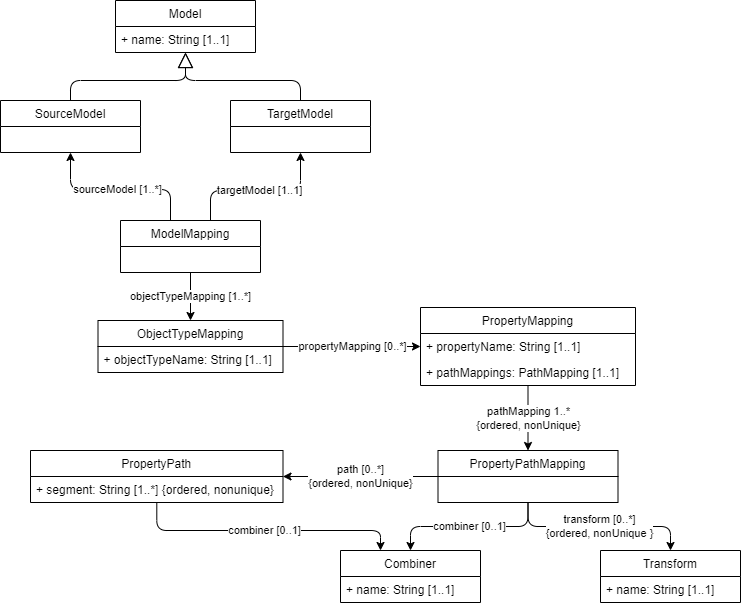
Before: media/imx-mapping-model.drawio.png, a diagram exported from draw.io (Geonovum/IMX-ModelMapping). Source tidied: cells renumbered, new cells last; positions are measured from the earlier drawing's top-left corner, leaving out a move shared by most shapes.
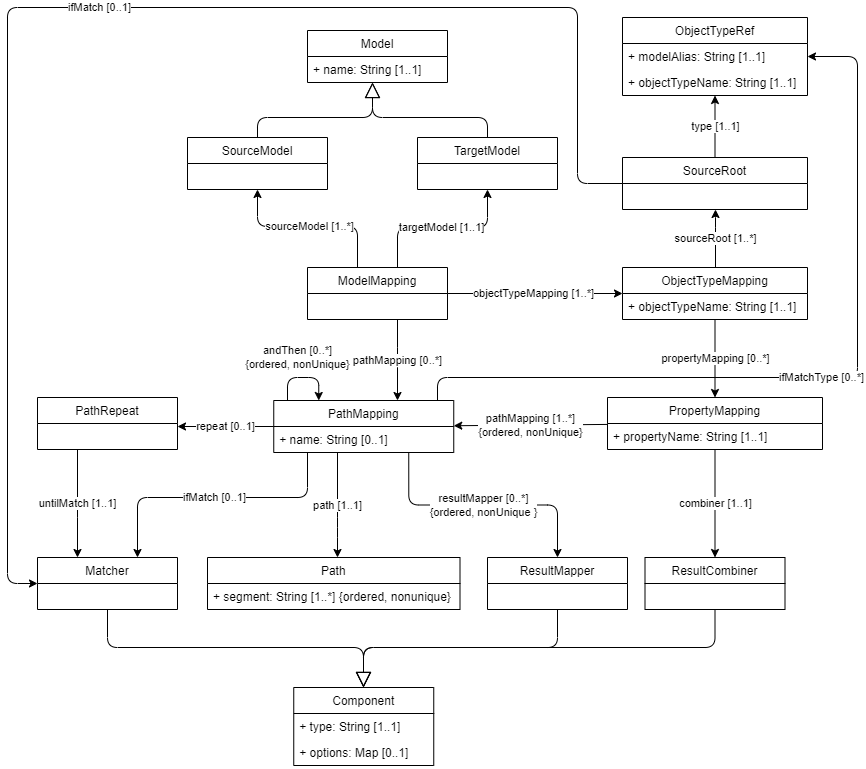
After the change.

Commit message:
update mapping descriptions to latest developments

The edit, as a diff of the source:
```diff
@@ -8,21 +8,21 @@
     <mxCell id="3" value="sourceModel [1..*]" style="edgeStyle=orthogonalEdgeStyle;html=1;" parent="1" edge="1" source="5" target="25">
       <mxGeometry relative="1" as="geometry">
         <Array as="points">
-          <mxPoint x="170" y="189" />
-          <mxPoint x="70" y="189" />
+          <mxPoint x="170" y="219" />
+          <mxPoint x="70" y="219" />
         </Array>
       </mxGeometry>
     </mxCell>
     <mxCell id="4" value="targetModel [1..1]" style="edgeStyle=orthogonalEdgeStyle;html=1;" parent="1" edge="1" source="5" target="23">
       <mxGeometry relative="1" as="geometry">
         <Array as="points">
-          <mxPoint x="210" y="190" />
-          <mxPoint x="300" y="190" />
+          <mxPoint x="210" y="220" />
+          <mxPoint x="300" y="220" />
         </Array>
       </mxGeometry>
     </mxCell>
     <mxCell id="5" value="ModelMapping" style="swimlane;fontStyle=0;horizontal=1;startSize=26;fillColor=none;" parent="1" vertex="1">
-      <mxGeometry x="120" y="220" width="140" height="52" as="geometry" />
+      <mxGeometry x="120" y="260" width="140" height="52" as="geometry" />
     </mxCell>
     <mxCell id="6" value=" " style="text;strokeColor=none;fillColor=none;align=left;verticalAlign=top;spacingLeft=4;spacingRight=4;overflow=hidden;points=[[0,0.5],[1,0.5]];portConstraint=eastwest;" parent="5" vertex="1">
       <mxGeometry y="26" width="140" height="26" as="geometry" />
@@ -31,88 +31,207 @@
       <mxGeometry relative="1" as="geometry" />
     </mxCell>
     <mxCell id="8" value="ObjectTypeMapping" style="swimlane;fontStyle=0;horizontal=1;startSize=26;fillColor=none;" parent="1" vertex="1">
-      <mxGeometry x="97.5" y="320" width="185" height="52" as="geometry" />
+      <mxGeometry x="435" y="260" width="185" height="52" as="geometry" />
     </mxCell>
     <mxCell id="9" value="+ objectTypeName: String [1..1]" style="text;strokeColor=none;fillColor=none;align=left;verticalAlign=top;spacingLeft=4;spacingRight=4;overflow=hidden;" parent="8" vertex="1">
       <mxGeometry y="26" width="185" height="26" as="geometry" />
     </mxCell>
-    <mxCell id="10" value="pathMapping 1..*&lt;br&gt;{ordered, nonUnique}" style="edgeStyle=none;html=1;" parent="1" edge="1" source="11" target="17">
+    <mxCell id="10" value="pathMapping [1..*]&lt;br&gt;{ordered, nonUnique}" style="edgeStyle=none;html=1;" parent="1" edge="1" source="11" target="17">
       <mxGeometry relative="1" as="geometry" />
     </mxCell>
     <mxCell id="11" value="PropertyMapping" style="swimlane;fontStyle=0;horizontal=1;startSize=26;fillColor=none;" parent="1" vertex="1">
-      <mxGeometry x="420" y="307" width="215" height="78" as="geometry" />
+      <mxGeometry x="420" y="390" width="215" height="52" as="geometry" />
     </mxCell>
     <mxCell id="12" value="+ propertyName: String [1..1]" style="text;strokeColor=none;fillColor=none;align=left;verticalAlign=top;spacingLeft=4;spacingRight=4;overflow=hidden;" parent="11" vertex="1">
       <mxGeometry y="26" width="215" height="26" as="geometry" />
     </mxCell>
-    <mxCell id="13" value="+ pathMappings: PathMapping [1..1]" style="text;strokeColor=none;fillColor=none;align=left;verticalAlign=top;spacingLeft=4;spacingRight=4;overflow=hidden;" parent="11" vertex="1">
-      <mxGeometry y="52" width="215" height="26" as="geometry" />
-    </mxCell>
-    <mxCell id="14" value="combiner [0..1]" style="edgeStyle=orthogonalEdgeStyle;html=1;" parent="1" edge="1" source="17" target="18">
+    <mxCell id="14" value="combiner [1..1]" style="edgeStyle=orthogonalEdgeStyle;html=1;" parent="1" edge="1" source="11" target="18">
       <mxGeometry relative="1" as="geometry" />
     </mxCell>
-    <mxCell id="15" value="transform [0..*]&lt;br&gt;{ordered, nonUnique }" style="edgeStyle=orthogonalEdgeStyle;html=1;" parent="1" edge="1" source="17" target="20">
+    <mxCell id="15" value="resultMapper [0..*]&lt;br&gt;{ordered, nonUnique }" style="edgeStyle=orthogonalEdgeStyle;html=1;exitX=0.75;exitY=1;exitDx=0;exitDy=0;" parent="1" edge="1" source="17" target="20">
       <mxGeometry relative="1" as="geometry" />
     </mxCell>
-    <mxCell id="16" value="path [0..*]&lt;br&gt;{ordered, nonUnique}" style="edgeStyle=orthogonalEdgeStyle;html=1;endArrow=classic;endFill=1;endSize=6;" parent="1" edge="1" source="17" target="29">
-      <mxGeometry relative="1" as="geometry" />
+    <mxCell id="16" value="path [1..1]" style="edgeStyle=orthogonalEdgeStyle;html=1;endArrow=classic;endFill=1;endSize=6;" parent="1" edge="1" source="17" target="29">
+      <mxGeometry relative="1" as="geometry">
+        <Array as="points">
+          <mxPoint x="150" y="520" />
+          <mxPoint x="150" y="520" />
+        </Array>
+      </mxGeometry>
     </mxCell>
+    <mxCell id="31" value="ifMatch [0..1]" style="edgeStyle=orthogonalEdgeStyle;html=1;" parent="1" edge="1" source="17" target="38">
+      <mxGeometry relative="1" as="geometry">
+        <Array as="points">
+          <mxPoint x="120" y="490" />
+          <mxPoint x="-50" y="490" />
+        </Array>
+      </mxGeometry>
+    </mxCell>
+    <mxCell id="32" value="repeat [0..1]" style="edgeStyle=orthogonalEdgeStyle;html=1;" parent="1" edge="1" source="17" target="40">
+      <mxGeometry relative="1" as="geometry">
+        <Array as="points">
+          <mxPoint x="-50" y="410" />
+        </Array>
+      </mxGeometry>
+    </mxCell>
+    <mxCell id="33" value="ifMatchType [0..*]" style="edgeStyle=orthogonalEdgeStyle;html=1;endArrow=classic;endFill=1;endSize=6;" parent="1" edge="1" source="17" target="44">
+      <mxGeometry relative="1" as="geometry">
+        <Array as="points">
+          <mxPoint x="250" y="370" />
+          <mxPoint x="670" y="370" />
+          <mxPoint x="670" y="49" />
+        </Array>
+      </mxGeometry>
+    </mxCell>
-    <mxCell id="17" value="PropertyPathMapping" style="swimlane;fontStyle=0;horizontal=1;startSize=26;fillColor=none;" parent="1" vertex="1">
-      <mxGeometry x="437.5" y="450" width="180" height="52" as="geometry" />
+    <mxCell id="17" value="PathMapping" style="swimlane;fontStyle=0;horizontal=1;startSize=26;fillColor=none;" parent="1" vertex="1">
+      <mxGeometry x="86.2" y="393" width="180" height="52" as="geometry" />
     </mxCell>
+    <mxCell id="34" value="+ name: String [0..1]" style="text;strokeColor=none;fillColor=none;align=left;verticalAlign=top;spacingLeft=4;spacingRight=4;overflow=hidden;" parent="17" vertex="1">
+      <mxGeometry y="26" width="180" height="26" as="geometry" />
+    </mxCell>
+    <mxCell id="35" style="edgeStyle=orthogonalEdgeStyle;html=1;endArrow=block;endFill=0;endSize=13;" parent="1" edge="1" source="18" target="48">
+      <mxGeometry relative="1" as="geometry">
+        <Array as="points">
+          <mxPoint x="528" y="640" />
+          <mxPoint x="176" y="640" />
+        </Array>
+      </mxGeometry>
+    </mxCell>
-    <mxCell id="18" value="Combiner" style="swimlane;fontStyle=0;horizontal=1;startSize=26;fillColor=none;" parent="1" vertex="1">
-      <mxGeometry x="340" y="550" width="140" height="52" as="geometry" />
+    <mxCell id="18" value="ResultCombiner" style="swimlane;fontStyle=0;horizontal=1;startSize=26;fillColor=none;" parent="1" vertex="1">
+      <mxGeometry x="457.5" y="550" width="140" height="52" as="geometry" />
     </mxCell>
-    <mxCell id="19" value="+ name: String [1..1]" style="text;strokeColor=none;fillColor=none;align=left;verticalAlign=top;spacingLeft=4;spacingRight=4;overflow=hidden;" parent="18" vertex="1">
-      <mxGeometry y="26" width="140" height="26" as="geometry" />
-    </mxCell>
+    <mxCell id="36" style="edgeStyle=orthogonalEdgeStyle;html=1;endArrow=block;endFill=0;endSize=13;" parent="1" edge="1" source="20" target="48">
+      <mxGeometry relative="1" as="geometry">
+        <Array as="points">
+          <mxPoint x="370" y="640" />
+          <mxPoint x="176" y="640" />
+        </Array>
+      </mxGeometry>
+    </mxCell>
-    <mxCell id="20" value="Transform" style="swimlane;fontStyle=0;horizontal=1;startSize=26;fillColor=none;" parent="1" vertex="1">
-      <mxGeometry x="600" y="550" width="140" height="52" as="geometry" />
+    <mxCell id="20" value="ResultMapper" style="swimlane;fontStyle=0;horizontal=1;startSize=26;fillColor=none;" parent="1" vertex="1">
+      <mxGeometry x="300" y="550" width="140" height="52" as="geometry" />
     </mxCell>
-    <mxCell id="21" value="+ name: String [1..1]" style="text;strokeColor=none;fillColor=none;align=left;verticalAlign=top;spacingLeft=4;spacingRight=4;overflow=hidden;" parent="20" vertex="1">
-      <mxGeometry y="26" width="140" height="26" as="geometry" />
-    </mxCell>
     <mxCell id="22" style="edgeStyle=orthogonalEdgeStyle;html=1;endArrow=block;endFill=0;endSize=13;" parent="1" edge="1" source="23" target="26">
       <mxGeometry relative="1" as="geometry">
         <Array as="points">
-          <mxPoint x="300" y="80" />
-          <mxPoint x="185" y="80" />
+          <mxPoint x="300" y="110" />
+          <mxPoint x="185" y="110" />
         </Array>
       </mxGeometry>
     </mxCell>
     <mxCell id="23" value="TargetModel" style="swimlane;fontStyle=0;horizontal=1;startSize=26;fillColor=none;" parent="1" vertex="1">
-      <mxGeometry x="230" y="100" width="140" height="52" as="geometry" />
+      <mxGeometry x="230" y="130" width="140" height="52" as="geometry" />
     </mxCell>
     <mxCell id="24" style="edgeStyle=orthogonalEdgeStyle;html=1;endArrow=block;endFill=0;endSize=13;" parent="1" edge="1" source="25" target="26">
       <mxGeometry relative="1" as="geometry">
         <Array as="points">
-          <mxPoint x="70" y="80" />
-          <mxPoint x="185" y="80" />
+          <mxPoint x="70" y="110" />
+          <mxPoint x="185" y="110" />
         </Array>
       </mxGeometry>
     </mxCell>
     <mxCell id="25" value="SourceModel" style="swimlane;fontStyle=0;horizontal=1;startSize=26;fillColor=none;" parent="1" vertex="1">
-      <mxGeometry y="100" width="140" height="52" as="geometry" />
+      <mxGeometry y="130" width="140" height="52" as="geometry" />
     </mxCell>
     <mxCell id="26" value="Model" style="swimlane;fontStyle=0;horizontal=1;startSize=26;fillColor=none;" parent="1" vertex="1">
-      <mxGeometry x="115" width="140" height="52" as="geometry" />
+      <mxGeometry x="120" y="23" width="140" height="52" as="geometry" />
     </mxCell>
     <mxCell id="27" value="+ name: String [1..1]" style="text;strokeColor=none;fillColor=none;align=left;verticalAlign=top;spacingLeft=4;spacingRight=4;overflow=hidden;" parent="26" vertex="1">
       <mxGeometry y="26" width="140" height="26" as="geometry" />
     </mxCell>
-    <mxCell id="28" value="combiner [0..1]" style="edgeStyle=orthogonalEdgeStyle;html=1;" parent="1" edge="1" source="29" target="18">
-      <mxGeometry relative="1" as="geometry">
-        <Array as="points">
-          <mxPoint x="156" y="530" />
-          <mxPoint x="380" y="530" />
-        </Array>
-      </mxGeometry>
-    </mxCell>
-    <mxCell id="29" value="PropertyPath" style="swimlane;fontStyle=0;horizontal=1;startSize=26;fillColor=none;" parent="1" vertex="1">
-      <mxGeometry x="30" y="450" width="252.5" height="52" as="geometry" />
+    <mxCell id="29" value="Path" style="swimlane;fontStyle=0;horizontal=1;startSize=26;fillColor=none;" parent="1" vertex="1">
+      <mxGeometry x="20" y="550" width="252.5" height="52" as="geometry" />
     </mxCell>
     <mxCell id="30" value="+ segment: String [1..*] {ordered, nonunique}" style="text;strokeColor=none;fillColor=none;align=left;verticalAlign=top;spacingLeft=4;spacingRight=4;overflow=hidden;" parent="29" vertex="1">
       <mxGeometry y="26" width="252.5" height="26" as="geometry" />
     </mxCell>
+    <mxCell id="37" style="edgeStyle=orthogonalEdgeStyle;html=1;endArrow=block;endFill=0;endSize=13;" parent="1" edge="1" source="38" target="48">
+      <mxGeometry relative="1" as="geometry">
+        <Array as="points">
+          <mxPoint x="-80" y="640" />
+          <mxPoint x="176" y="640" />
+        </Array>
+      </mxGeometry>
+    </mxCell>
+    <mxCell id="38" value="Matcher" style="swimlane;fontStyle=0;horizontal=1;startSize=26;fillColor=none;" parent="1" vertex="1">
+      <mxGeometry x="-150" y="550" width="140" height="52" as="geometry" />
+    </mxCell>
+    <mxCell id="39" value="untilMatch [1..1]" style="edgeStyle=elbowEdgeStyle;html=1;" parent="1" edge="1" source="40" target="38">
+      <mxGeometry relative="1" as="geometry">
+        <Array as="points">
+          <mxPoint x="-110" y="500" />
+          <mxPoint x="-130" y="470" />
+        </Array>
+      </mxGeometry>
+    </mxCell>
+    <mxCell id="40" value="PathRepeat" style="swimlane;fontStyle=0;horizontal=1;startSize=26;fillColor=none;" parent="1" vertex="1">
+      <mxGeometry x="-150" y="390" width="140" height="52" as="geometry" />
+    </mxCell>
+    <mxCell id="41" value=" " style="text;strokeColor=none;fillColor=none;align=left;verticalAlign=top;spacingLeft=4;spacingRight=4;overflow=hidden;" parent="40" vertex="1">
+      <mxGeometry y="26" width="140" height="26" as="geometry" />
+    </mxCell>
+    <mxCell id="42" value="andThen [0..*]&lt;br&gt;{ordered, nonUnique}" style="edgeStyle=elbowEdgeStyle;html=1;elbow=vertical;entryX=0.25;entryY=0;entryDx=0;entryDy=0;" parent="1" edge="1" source="17" target="17">
+      <mxGeometry x="-0.15" y="20" relative="1" as="geometry">
+        <Array as="points">
+          <mxPoint x="100" y="370" />
+          <mxPoint x="150" y="360" />
+          <mxPoint x="100" y="360" />
+        </Array>
+      </mxGeometry>
+    </mxCell>
+    <mxCell id="43" value="pathMapping [0..*]" style="edgeStyle=elbowEdgeStyle;html=1;" parent="1" edge="1" source="6" target="17">
+      <mxGeometry relative="1" as="geometry">
+        <Array as="points">
+          <mxPoint x="210" y="350" />
+          <mxPoint x="250" y="290" />
+          <mxPoint x="270" y="380" />
+          <mxPoint x="250" y="310" />
+        </Array>
+      </mxGeometry>
+    </mxCell>
+    <mxCell id="44" value="ObjectTypeRef" style="swimlane;fontStyle=0;horizontal=1;startSize=26;fillColor=none;" parent="1" vertex="1">
+      <mxGeometry x="435" y="10" width="185" height="78" as="geometry" />
+    </mxCell>
+    <mxCell id="45" value="+ modelAlias: String [1..1]" style="text;strokeColor=none;fillColor=none;align=left;verticalAlign=top;spacingLeft=4;spacingRight=4;overflow=hidden;" parent="44" vertex="1">
+      <mxGeometry y="26" width="185" height="26" as="geometry" />
+    </mxCell>
+    <mxCell id="46" value="+ objectTypeName: String [1..1]" style="text;strokeColor=none;fillColor=none;align=left;verticalAlign=top;spacingLeft=4;spacingRight=4;overflow=hidden;" parent="44" vertex="1">
+      <mxGeometry y="52" width="185" height="26" as="geometry" />
+    </mxCell>
+    <mxCell id="47" value="sourceRoot [1..*]" style="edgeStyle=elbowEdgeStyle;elbow=vertical;html=1;" parent="1" edge="1" source="8" target="53">
+      <mxGeometry relative="1" as="geometry">
+        <Array as="points">
+          <mxPoint x="528" y="210" />
+        </Array>
+      </mxGeometry>
+    </mxCell>
+    <mxCell id="48" value="Component" style="swimlane;fontStyle=0;horizontal=1;startSize=26;fillColor=none;" parent="1" vertex="1">
+      <mxGeometry x="106.2" y="680" width="140" height="78" as="geometry" />
+    </mxCell>
+    <mxCell id="49" value="+ type: String [1..1]" style="text;strokeColor=none;fillColor=none;align=left;verticalAlign=top;spacingLeft=4;spacingRight=4;overflow=hidden;" parent="48" vertex="1">
+      <mxGeometry y="26" width="140" height="26" as="geometry" />
+    </mxCell>
+    <mxCell id="50" value="+ options: Map [0..1]" style="text;strokeColor=none;fillColor=none;align=left;verticalAlign=top;spacingLeft=4;spacingRight=4;overflow=hidden;" parent="48" vertex="1">
+      <mxGeometry y="52" width="140" height="26" as="geometry" />
+    </mxCell>
+    <mxCell id="51" value="type [1..1]" style="edgeStyle=orthogonalEdgeStyle;html=1;endArrow=classic;endFill=1;endSize=6;" parent="1" edge="1" source="53" target="44">
+      <mxGeometry relative="1" as="geometry" />
+    </mxCell>
+    <mxCell id="52" value="ifMatch [0..1]" style="edgeStyle=orthogonalEdgeStyle;html=1;endArrow=classic;endFill=1;endSize=6;" parent="1" edge="1" source="53" target="38">
+      <mxGeometry relative="1" as="geometry">
+        <Array as="points">
+          <mxPoint x="390" y="176" />
+          <mxPoint x="390" />
+          <mxPoint x="-180" />
+          <mxPoint x="-180" y="576" />
+        </Array>
+      </mxGeometry>
+    </mxCell>
+    <mxCell id="53" value="SourceRoot" style="swimlane;fontStyle=0;horizontal=1;startSize=26;fillColor=none;" parent="1" vertex="1">
+      <mxGeometry x="435" y="150" width="185" height="52" as="geometry" />
+    </mxCell>
+    <mxCell id="54" value=" " style="text;strokeColor=none;fillColor=none;align=left;verticalAlign=top;spacingLeft=4;spacingRight=4;overflow=hidden;" parent="53" vertex="1">
+      <mxGeometry y="26" width="185" height="26" as="geometry" />
+    </mxCell>
   </root>
 </mxGraphModel>
```
